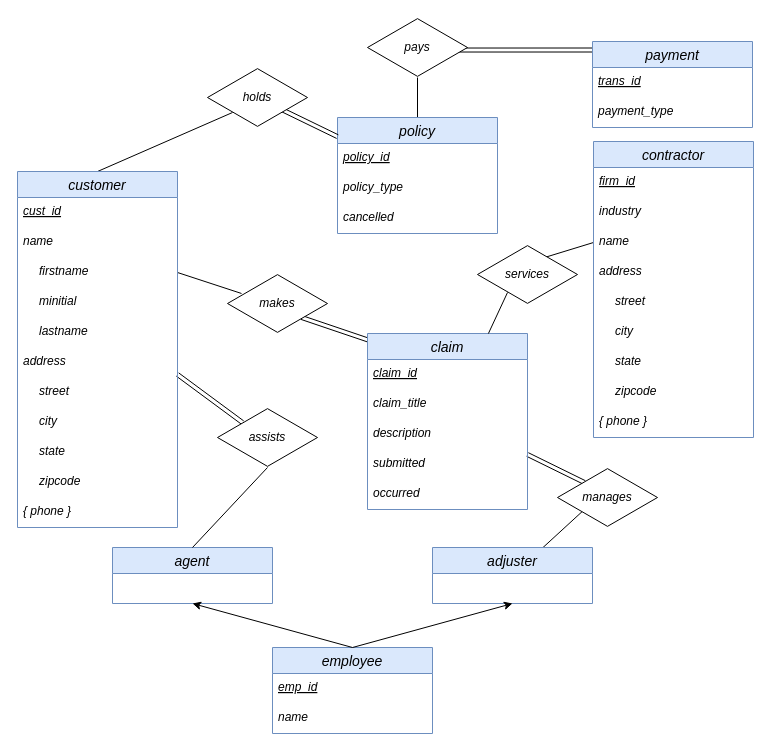
Before: ER_Diagram/DrawIO/Asadoorian_ERD.drawio in ema323-lehigh/county-garden, a draw.io diagram. Source tidied: cells renumbered, new cells numbered last; positions are measured from the earlier drawing's top-left corner, leaving out a move shared by most shapes. Both pictures are drawn from the tidied source at 100%, with x=0, y=0 at pixel (17, 17).
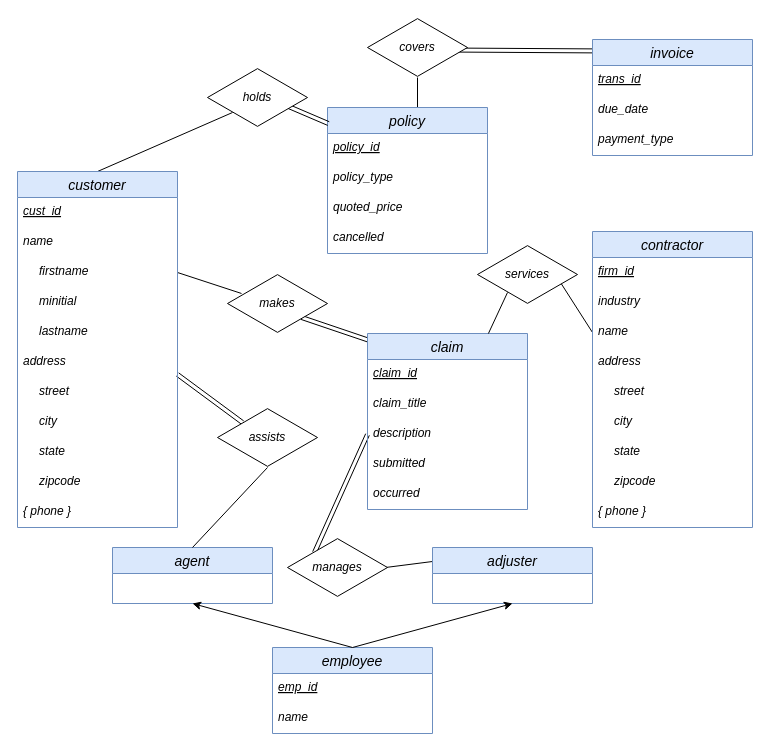
The same page after the edit.

Commit message (it also covers changes not shown here):
Rework premiums chunk

The change refers to these unchanged cells:
```xml
<mxCell id="13" value="adjuster" style="swimlane;fontStyle=2;horizontal=1;startSize=26;align=center;fontSize=14;fillColor=#dae8fc;strokeColor=#6c8ebf;" parent="1" vertex="1">
  <mxGeometry x="415" y="530" width="160" height="56" as="geometry" />
</mxCell>
<mxCell id="31" value="description" style="text;strokeColor=none;fillColor=none;spacingLeft=4;spacingRight=4;overflow=hidden;points=[[0,0.5],[1,0.5]];portConstraint=eastwest;fontSize=12;fontStyle=2;" parent="28" vertex="1">
  <mxGeometry y="86" width="160" height="30" as="geometry" />
</mxCell>
<mxCell id="32" value="submitted" style="text;strokeColor=none;fillColor=none;spacingLeft=4;spacingRight=4;overflow=hidden;points=[[0,0.5],[1,0.5]];portConstraint=eastwest;fontSize=12;fontStyle=2;" parent="28" vertex="1">
  <mxGeometry y="116" width="160" height="30" as="geometry" />
</mxCell>
```

Diff of the diagram source:
```diff
@@
+    <mxCell id="7" style="shape=link;html=1;entryX=0.27;entryY=0.25;entryDx=0;entryDy=0;entryPerimeter=0;exitX=0;exitY=0.5;exitDx=0;exitDy=0;" parent="1" edge="1" source="31" target="37">
+      <mxGeometry relative="1" as="geometry" />
+    </mxCell>
@@
-    <mxCell id="3" style="endArrow=none;html=1;" parent="1" edge="1" source="13">
-      <mxGeometry relative="1" as="geometry">
-        <mxPoint x="580" y="480" as="targetPoint" />
-      </mxGeometry>
+    <mxCell id="3" style="endArrow=none;html=1;exitX=0.98;exitY=0.5;exitDx=0;exitDy=0;exitPerimeter=0;entryX=0;entryY=0.25;entryDx=0;entryDy=0;" parent="1" edge="1" source="37" target="13">
+      <mxGeometry relative="1" as="geometry" />
     </mxCell>
@@
-    <mxCell id="6" style="endArrow=none;html=1;exitX=0.5;exitY=0;exitDx=0;exitDy=0;entryX=0.5;entryY=1;entryDx=0;entryDy=0;entryPerimeter=0;" parent="1" edge="1" source="18" target="27">
-      <mxGeometry relative="1" as="geometry" />
+    <mxCell id="6" style="endArrow=none;html=1;entryX=0.5;entryY=1;entryDx=0;entryDy=0;entryPerimeter=0;" parent="1" edge="1" target="27">
+      <mxGeometry relative="1" as="geometry">
+        <mxPoint x="400" y="90" as="sourcePoint" />
+      </mxGeometry>
     </mxCell>
-    <mxCell id="7" style="shape=link;html=1;entryX=0.27;entryY=0.25;entryDx=0;entryDy=0;entryPerimeter=0;exitX=1;exitY=0.167;exitDx=0;exitDy=0;exitPerimeter=0;" parent="1" edge="1" source="32" target="37">
-      <mxGeometry relative="1" as="geometry" />
-    </mxCell>
@@
     <mxCell id="18" value="policy" style="swimlane;fontStyle=2;horizontal=1;startSize=26;align=center;fontSize=14;fillColor=#dae8fc;strokeColor=#6c8ebf;" parent="1" vertex="1">
-      <mxGeometry x="320" y="100" width="160" height="116" as="geometry" />
+      <mxGeometry x="310" y="90" width="160" height="146" as="geometry" />
     </mxCell>
-    <mxCell id="19" style="shape=link;html=1;" parent="18" edge="1" target="18">
+    <mxCell id="19" style="shape=link;html=1;entryX=0.006;entryY=0.11;entryDx=0;entryDy=0;entryPerimeter=0;" parent="18" edge="1" target="18">
       <mxGeometry relative="1" as="geometry">
         <mxPoint x="-60" y="-10" as="sourcePoint" />
       </mxGeometry>
     </mxCell>
@@
-    <mxCell id="22" value="cancelled" style="text;strokeColor=none;fillColor=none;spacingLeft=4;spacingRight=4;overflow=hidden;fontSize=12;fontStyle=2;" parent="18" vertex="1">
+    <mxCell id="22" value="quoted_price" style="text;strokeColor=none;fillColor=none;spacingLeft=4;spacingRight=4;overflow=hidden;fontSize=12;fontStyle=2;" parent="18" vertex="1">
       <mxGeometry y="86" width="160" height="30" as="geometry" />
     </mxCell>
+    <mxCell id="62" value="cancelled" style="text;strokeColor=none;fillColor=none;spacingLeft=4;spacingRight=4;overflow=hidden;fontSize=12;fontStyle=2;" parent="18" vertex="1">
+      <mxGeometry y="116" width="160" height="30" as="geometry" />
+    </mxCell>
-    <mxCell id="23" value="payment" style="swimlane;fontStyle=2;horizontal=1;startSize=26;align=center;fontSize=14;fillColor=#dae8fc;strokeColor=#6c8ebf;" parent="1" vertex="1">
-      <mxGeometry x="575" y="24" width="160" height="86" as="geometry" />
+    <mxCell id="23" value="invoice" style="swimlane;fontStyle=2;horizontal=1;startSize=26;align=center;fontSize=14;fillColor=#dae8fc;strokeColor=#6c8ebf;" parent="1" vertex="1">
+      <mxGeometry x="575" y="22" width="160" height="116" as="geometry" />
     </mxCell>
@@
+    <mxCell id="63" value="due_date" style="text;strokeColor=none;fillColor=none;spacingLeft=4;spacingRight=4;overflow=hidden;fontSize=12;fontStyle=2;" parent="23" vertex="1">
+      <mxGeometry y="56" width="160" height="30" as="geometry" />
+    </mxCell>
     <mxCell id="25" value="payment_type" style="text;strokeColor=none;fillColor=none;spacingLeft=4;spacingRight=4;overflow=hidden;fontSize=12;fontStyle=2;" parent="23" vertex="1">
-      <mxGeometry y="56" width="160" height="30" as="geometry" />
+      <mxGeometry y="86" width="160" height="30" as="geometry" />
     </mxCell>
@@
-    <mxCell id="27" value="&lt;i&gt;pays&lt;/i&gt;" style="html=1;whiteSpace=wrap;shape=isoRectangle;" parent="1" vertex="1">
+    <mxCell id="27" value="&lt;i&gt;covers&lt;/i&gt;" style="html=1;whiteSpace=wrap;shape=isoRectangle;" parent="1" vertex="1">
       <mxGeometry x="350" width="100" height="60" as="geometry" />
     </mxCell>
@@
     <mxCell id="37" value="&lt;i&gt;manages&lt;/i&gt;" style="html=1;whiteSpace=wrap;shape=isoRectangle;" parent="1" vertex="1">
-      <mxGeometry x="540" y="450" width="100" height="60" as="geometry" />
+      <mxGeometry x="270" y="520" width="100" height="60" as="geometry" />
     </mxCell>
@@
     <mxCell id="50" value="contractor" style="swimlane;fontStyle=2;horizontal=1;startSize=26;align=center;fontSize=14;fillColor=#dae8fc;strokeColor=#6c8ebf;" parent="1" vertex="1">
-      <mxGeometry x="576" y="124" width="160" height="296" as="geometry" />
+      <mxGeometry x="575" y="214" width="160" height="296" as="geometry" />
     </mxCell>
```
